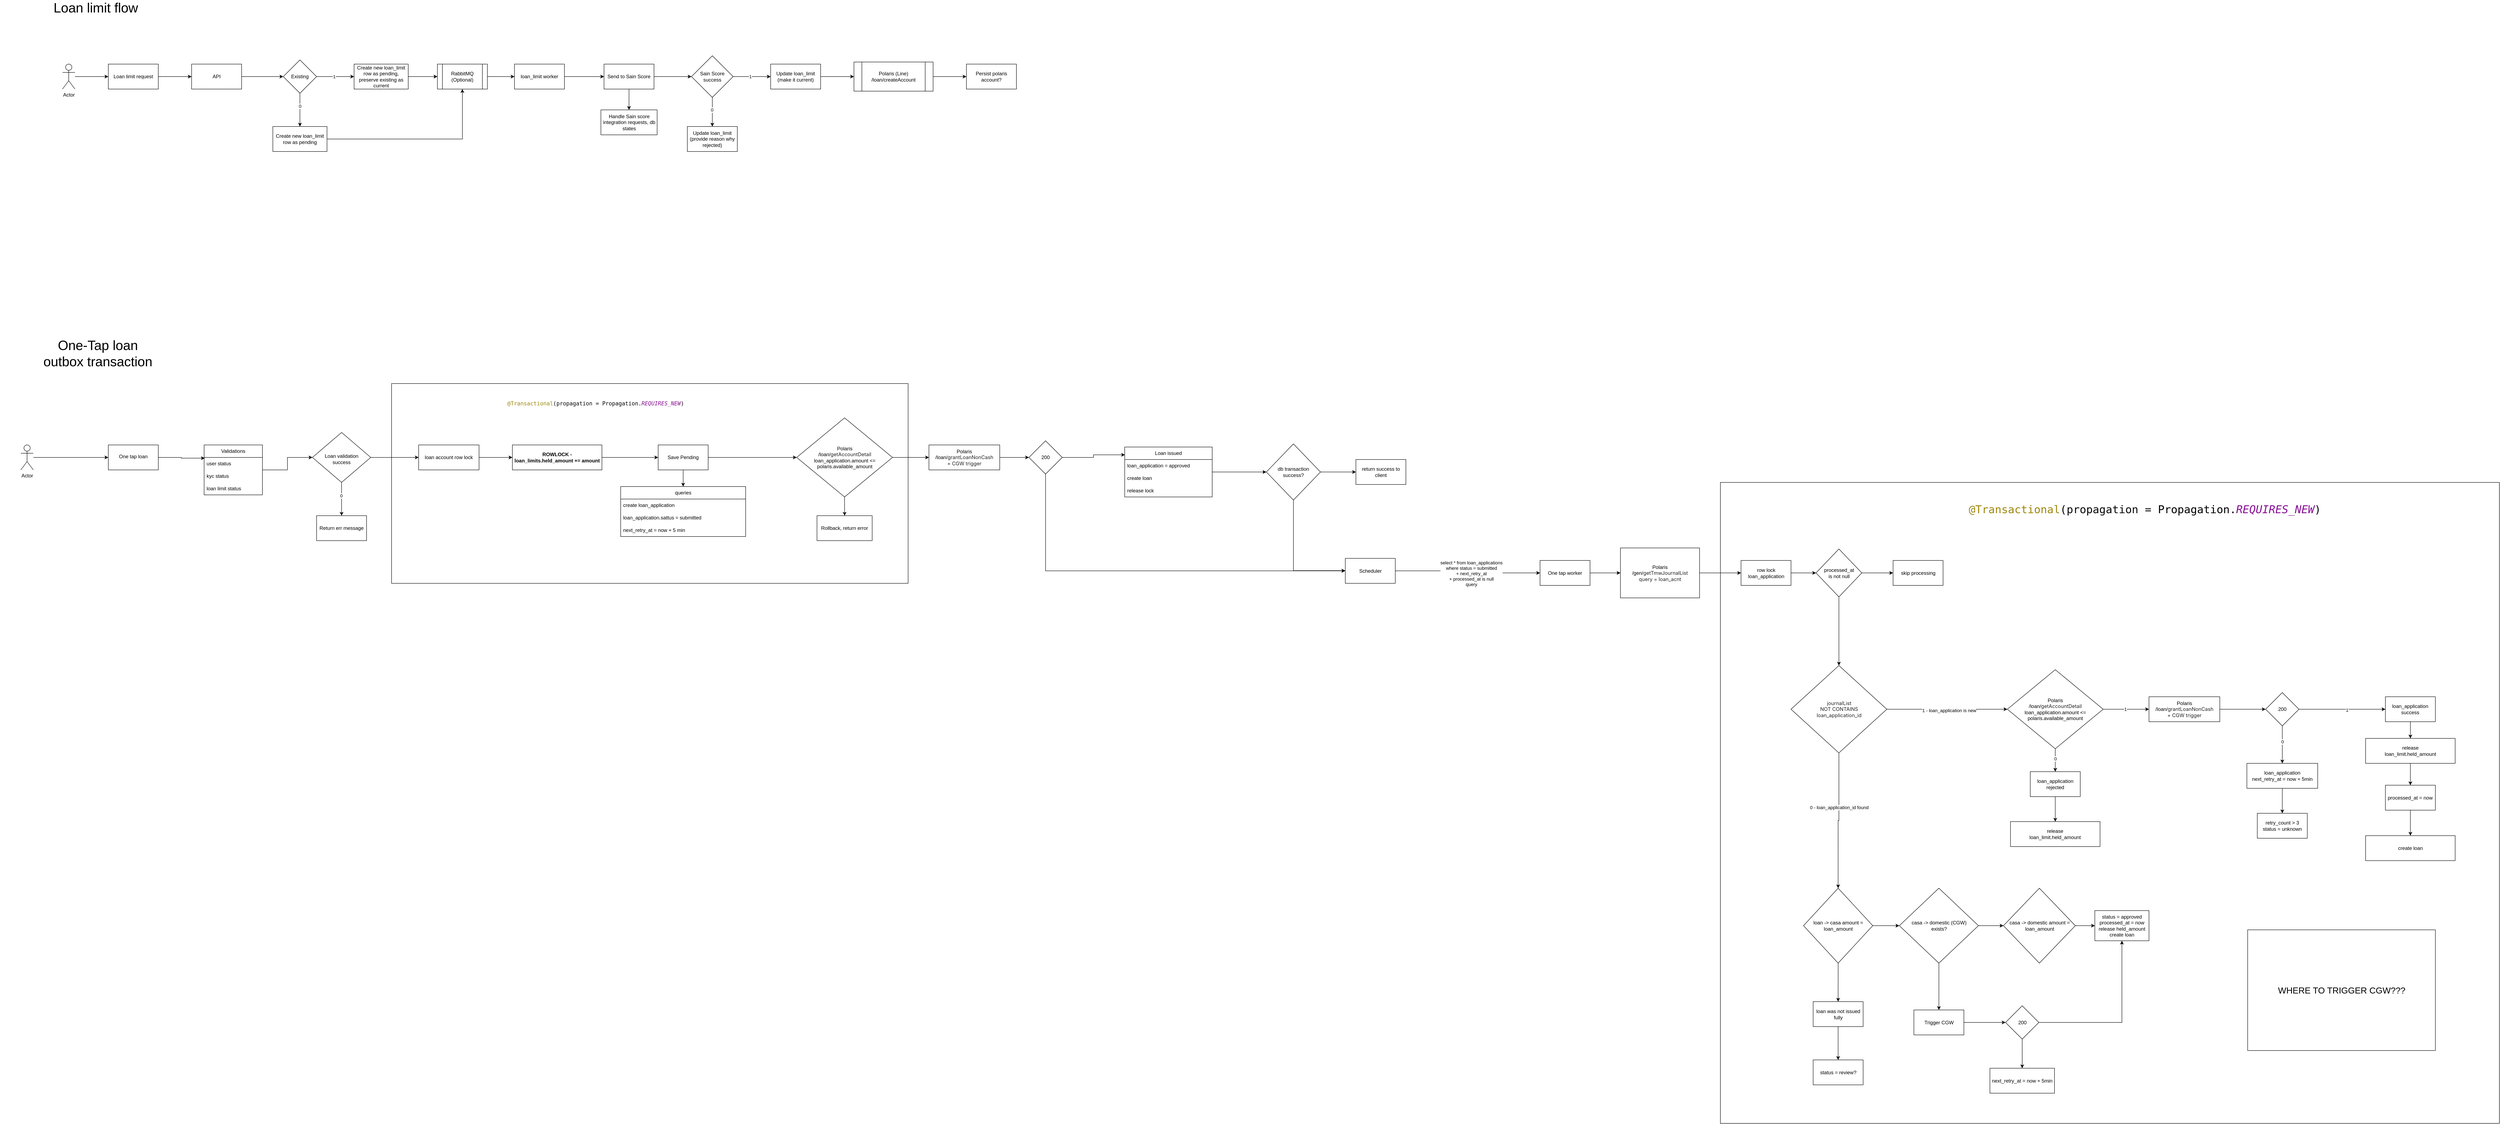
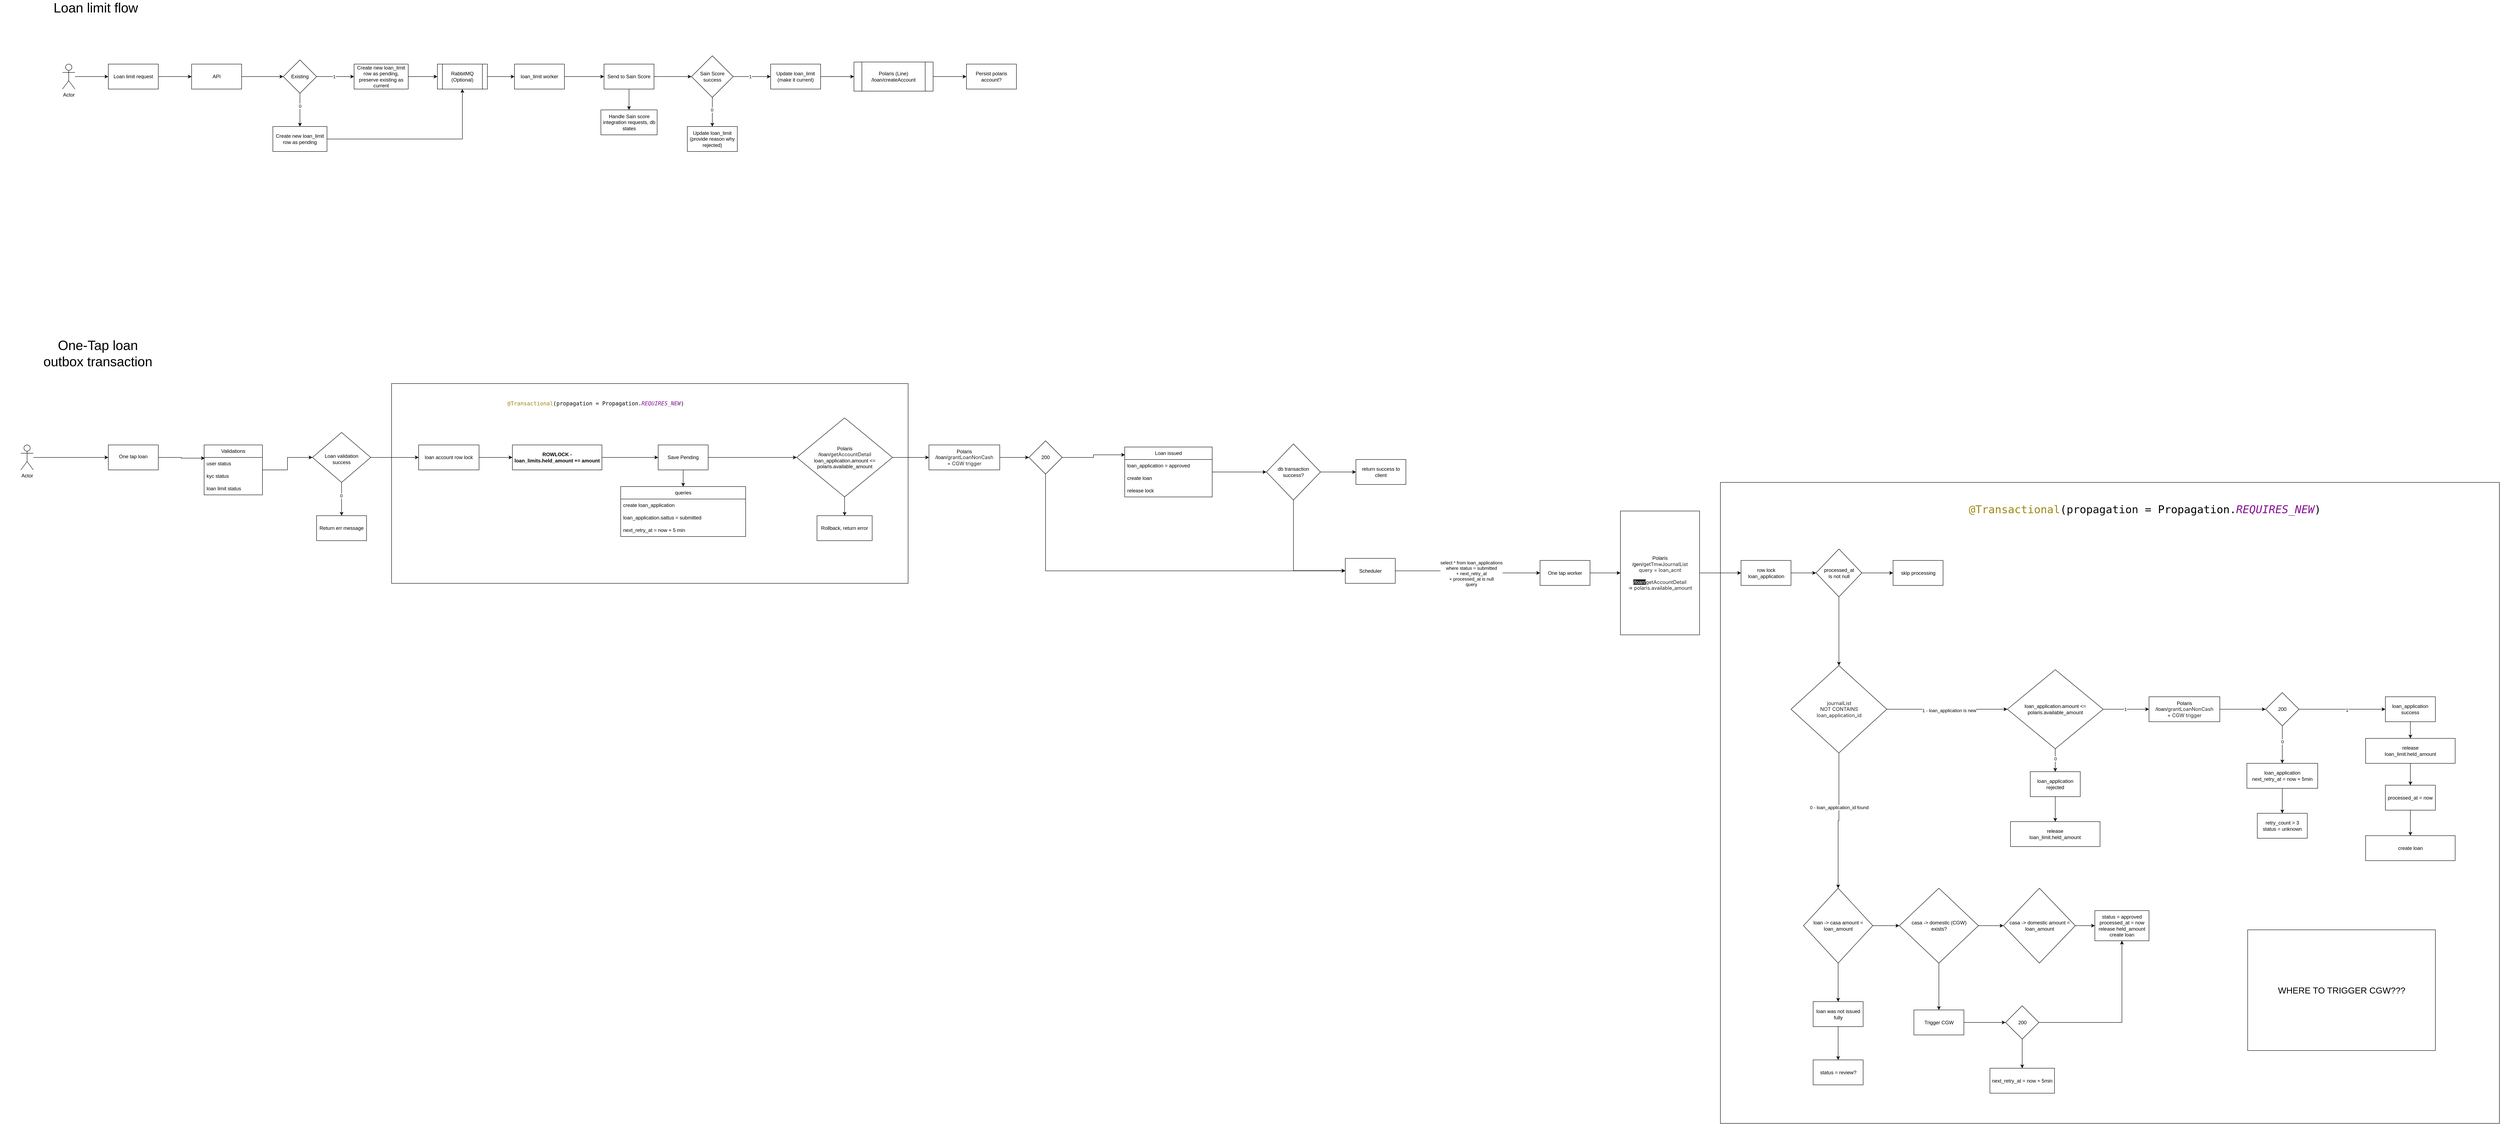
<mxfile host="app.diagrams.net">
  <diagram name="Page-1" id="VCBSuIh8bz7kurrQ0Zaz">
    <mxGraphModel dx="2425" dy="921" grid="1" gridSize="10" guides="1" tooltips="1" connect="1" arrows="1" fold="1" page="1" pageScale="1" pageWidth="850" pageHeight="1100" math="0" shadow="0">
      <root>
        <mxCell id="0" />
        <mxCell id="1" parent="0" />
        <mxCell id="In8fDh9ZLN2M87an2Miy-188" parent="1" style="rounded=0;whiteSpace=wrap;html=1;" value="" vertex="1">
          <mxGeometry height="1540" width="1870" x="4020" y="1215" as="geometry" />
        </mxCell>
        <mxCell id="In8fDh9ZLN2M87an2Miy-172" parent="1" style="rounded=0;whiteSpace=wrap;html=1;" value="" vertex="1">
          <mxGeometry height="480" width="1240" x="830" y="977.5" as="geometry" />
        </mxCell>
        <mxCell id="KqixbsF9o6dLofBvsG9t-5" edge="1" parent="1" source="KqixbsF9o6dLofBvsG9t-1" style="edgeStyle=orthogonalEdgeStyle;rounded=0;orthogonalLoop=1;jettySize=auto;html=1;" target="KqixbsF9o6dLofBvsG9t-4" value="">
          <mxGeometry relative="1" as="geometry" />
        </mxCell>
        <mxCell id="KqixbsF9o6dLofBvsG9t-1" parent="1" style="rounded=0;whiteSpace=wrap;html=1;" value="Loan limit request" vertex="1">
          <mxGeometry height="60" width="120" x="150" y="210" as="geometry" />
        </mxCell>
        <mxCell id="KqixbsF9o6dLofBvsG9t-3" edge="1" parent="1" source="KqixbsF9o6dLofBvsG9t-2" style="edgeStyle=orthogonalEdgeStyle;rounded=0;orthogonalLoop=1;jettySize=auto;html=1;" target="KqixbsF9o6dLofBvsG9t-1" value="">
          <mxGeometry relative="1" as="geometry" />
        </mxCell>
        <mxCell id="KqixbsF9o6dLofBvsG9t-2" parent="1" style="shape=umlActor;verticalLabelPosition=bottom;verticalAlign=top;html=1;outlineConnect=0;" value="Actor" vertex="1">
          <mxGeometry height="60" width="30" x="40" y="210" as="geometry" />
        </mxCell>
        <mxCell id="KqixbsF9o6dLofBvsG9t-9" edge="1" parent="1" source="KqixbsF9o6dLofBvsG9t-4" style="edgeStyle=orthogonalEdgeStyle;rounded=0;orthogonalLoop=1;jettySize=auto;html=1;" target="KqixbsF9o6dLofBvsG9t-8" value="">
          <mxGeometry relative="1" as="geometry" />
        </mxCell>
        <mxCell id="KqixbsF9o6dLofBvsG9t-4" parent="1" style="rounded=0;whiteSpace=wrap;html=1;" value="API" vertex="1">
          <mxGeometry height="60" width="120" x="350" y="210" as="geometry" />
        </mxCell>
        <mxCell id="KqixbsF9o6dLofBvsG9t-11" edge="1" parent="1" source="KqixbsF9o6dLofBvsG9t-8" style="edgeStyle=orthogonalEdgeStyle;rounded=0;orthogonalLoop=1;jettySize=auto;html=1;" target="KqixbsF9o6dLofBvsG9t-10" value="">
          <mxGeometry relative="1" as="geometry" />
        </mxCell>
        <mxCell id="KqixbsF9o6dLofBvsG9t-12" connectable="0" parent="KqixbsF9o6dLofBvsG9t-11" style="edgeLabel;html=1;align=center;verticalAlign=middle;resizable=0;points=[];" value="1" vertex="1">
          <mxGeometry relative="1" x="-0.079" as="geometry">
            <mxPoint as="offset" />
          </mxGeometry>
        </mxCell>
        <mxCell id="KqixbsF9o6dLofBvsG9t-14" edge="1" parent="1" source="KqixbsF9o6dLofBvsG9t-8" style="edgeStyle=orthogonalEdgeStyle;rounded=0;orthogonalLoop=1;jettySize=auto;html=1;" target="KqixbsF9o6dLofBvsG9t-13" value="">
          <mxGeometry relative="1" as="geometry" />
        </mxCell>
        <mxCell id="KqixbsF9o6dLofBvsG9t-15" connectable="0" parent="KqixbsF9o6dLofBvsG9t-14" style="edgeLabel;html=1;align=center;verticalAlign=middle;resizable=0;points=[];" value="0" vertex="1">
          <mxGeometry relative="1" x="-0.2407" as="geometry">
            <mxPoint as="offset" />
          </mxGeometry>
        </mxCell>
        <mxCell id="KqixbsF9o6dLofBvsG9t-8" parent="1" style="rhombus;whiteSpace=wrap;html=1;rounded=0;" value="Existing" vertex="1">
          <mxGeometry height="80" width="80" x="570" y="200" as="geometry" />
        </mxCell>
        <mxCell id="KqixbsF9o6dLofBvsG9t-23" edge="1" parent="1" source="KqixbsF9o6dLofBvsG9t-10" style="edgeStyle=orthogonalEdgeStyle;rounded=0;orthogonalLoop=1;jettySize=auto;html=1;" target="KqixbsF9o6dLofBvsG9t-22" value="">
          <mxGeometry relative="1" as="geometry" />
        </mxCell>
        <mxCell id="KqixbsF9o6dLofBvsG9t-10" parent="1" style="whiteSpace=wrap;html=1;rounded=0;" value="Create new loan_limit row as pending, preserve existing as current" vertex="1">
          <mxGeometry height="60" width="130" x="740" y="210" as="geometry" />
        </mxCell>
        <mxCell id="KqixbsF9o6dLofBvsG9t-26" edge="1" parent="1" source="KqixbsF9o6dLofBvsG9t-13" style="edgeStyle=orthogonalEdgeStyle;rounded=0;orthogonalLoop=1;jettySize=auto;html=1;entryX=0.5;entryY=1;entryDx=0;entryDy=0;" target="KqixbsF9o6dLofBvsG9t-22">
          <mxGeometry relative="1" as="geometry" />
        </mxCell>
        <mxCell id="KqixbsF9o6dLofBvsG9t-13" parent="1" style="whiteSpace=wrap;html=1;rounded=0;" value="Create new loan_limit row as pending" vertex="1">
          <mxGeometry height="60" width="130" x="545" y="360" as="geometry" />
        </mxCell>
        <mxCell id="KqixbsF9o6dLofBvsG9t-25" edge="1" parent="1" source="KqixbsF9o6dLofBvsG9t-22" style="edgeStyle=orthogonalEdgeStyle;rounded=0;orthogonalLoop=1;jettySize=auto;html=1;" target="KqixbsF9o6dLofBvsG9t-24" value="">
          <mxGeometry relative="1" as="geometry" />
        </mxCell>
        <mxCell id="KqixbsF9o6dLofBvsG9t-22" parent="1" style="shape=process;whiteSpace=wrap;html=1;backgroundOutline=1;rounded=0;" value="RabbitMQ (Optional)" vertex="1">
          <mxGeometry height="60" width="120" x="940" y="210" as="geometry" />
        </mxCell>
        <mxCell id="KqixbsF9o6dLofBvsG9t-28" edge="1" parent="1" source="KqixbsF9o6dLofBvsG9t-24" style="edgeStyle=orthogonalEdgeStyle;rounded=0;orthogonalLoop=1;jettySize=auto;html=1;" target="KqixbsF9o6dLofBvsG9t-27" value="">
          <mxGeometry relative="1" as="geometry" />
        </mxCell>
        <mxCell id="KqixbsF9o6dLofBvsG9t-24" parent="1" style="whiteSpace=wrap;html=1;rounded=0;" value="loan_limit worker" vertex="1">
          <mxGeometry height="60" width="120" x="1125" y="210" as="geometry" />
        </mxCell>
        <mxCell id="KqixbsF9o6dLofBvsG9t-30" edge="1" parent="1" source="KqixbsF9o6dLofBvsG9t-27" style="edgeStyle=orthogonalEdgeStyle;rounded=0;orthogonalLoop=1;jettySize=auto;html=1;" target="KqixbsF9o6dLofBvsG9t-29" value="">
          <mxGeometry relative="1" as="geometry" />
        </mxCell>
        <mxCell id="KqixbsF9o6dLofBvsG9t-38" edge="1" parent="1" source="KqixbsF9o6dLofBvsG9t-27" style="edgeStyle=orthogonalEdgeStyle;rounded=0;orthogonalLoop=1;jettySize=auto;html=1;" target="KqixbsF9o6dLofBvsG9t-37" value="">
          <mxGeometry relative="1" as="geometry" />
        </mxCell>
        <mxCell id="KqixbsF9o6dLofBvsG9t-27" parent="1" style="whiteSpace=wrap;html=1;rounded=0;" value="Send to Sain Score" vertex="1">
          <mxGeometry height="60" width="120" x="1340" y="210" as="geometry" />
        </mxCell>
        <mxCell id="KqixbsF9o6dLofBvsG9t-32" edge="1" parent="1" source="KqixbsF9o6dLofBvsG9t-29" style="edgeStyle=orthogonalEdgeStyle;rounded=0;orthogonalLoop=1;jettySize=auto;html=1;" target="KqixbsF9o6dLofBvsG9t-31" value="">
          <mxGeometry relative="1" as="geometry" />
        </mxCell>
        <mxCell id="KqixbsF9o6dLofBvsG9t-33" connectable="0" parent="KqixbsF9o6dLofBvsG9t-32" style="edgeLabel;html=1;align=center;verticalAlign=middle;resizable=0;points=[];" value="1" vertex="1">
          <mxGeometry relative="1" x="-0.1048" as="geometry">
            <mxPoint as="offset" />
          </mxGeometry>
        </mxCell>
        <mxCell id="KqixbsF9o6dLofBvsG9t-35" edge="1" parent="1" source="KqixbsF9o6dLofBvsG9t-29" style="edgeStyle=orthogonalEdgeStyle;rounded=0;orthogonalLoop=1;jettySize=auto;html=1;" target="KqixbsF9o6dLofBvsG9t-34" value="">
          <mxGeometry relative="1" as="geometry" />
        </mxCell>
        <mxCell id="KqixbsF9o6dLofBvsG9t-36" connectable="0" parent="KqixbsF9o6dLofBvsG9t-35" style="edgeLabel;html=1;align=center;verticalAlign=middle;resizable=0;points=[];" value="0" vertex="1">
          <mxGeometry relative="1" x="-0.1429" y="-1" as="geometry">
            <mxPoint as="offset" />
          </mxGeometry>
        </mxCell>
        <mxCell id="KqixbsF9o6dLofBvsG9t-29" parent="1" style="rhombus;whiteSpace=wrap;html=1;rounded=0;" value="Sain Score success" vertex="1">
          <mxGeometry height="100" width="100" x="1550" y="190" as="geometry" />
        </mxCell>
        <mxCell id="KqixbsF9o6dLofBvsG9t-66" edge="1" parent="1" source="KqixbsF9o6dLofBvsG9t-31" style="edgeStyle=orthogonalEdgeStyle;rounded=0;orthogonalLoop=1;jettySize=auto;html=1;" target="KqixbsF9o6dLofBvsG9t-65" value="">
          <mxGeometry relative="1" as="geometry" />
        </mxCell>
        <mxCell id="KqixbsF9o6dLofBvsG9t-31" parent="1" style="whiteSpace=wrap;html=1;rounded=0;" value="Update loan_limit (make it current)" vertex="1">
          <mxGeometry height="60" width="120" x="1740" y="210" as="geometry" />
        </mxCell>
        <mxCell id="KqixbsF9o6dLofBvsG9t-34" parent="1" style="whiteSpace=wrap;html=1;rounded=0;" value="Update loan_limit&lt;br&gt;(provide reason why rejected)" vertex="1">
          <mxGeometry height="60" width="120" x="1540" y="360" as="geometry" />
        </mxCell>
        <mxCell id="KqixbsF9o6dLofBvsG9t-37" parent="1" style="whiteSpace=wrap;html=1;rounded=0;" value="Handle Sain score integration requests, db states" vertex="1">
          <mxGeometry height="60" width="135" x="1332.5" y="320" as="geometry" />
        </mxCell>
        <mxCell id="KqixbsF9o6dLofBvsG9t-40" parent="1" style="text;html=1;whiteSpace=wrap;strokeColor=none;fillColor=none;align=center;verticalAlign=middle;rounded=0;fontSize=32;" value="Loan limit flow" vertex="1">
          <mxGeometry height="30" width="260" x="-10" y="60" as="geometry" />
        </mxCell>
        <mxCell id="KqixbsF9o6dLofBvsG9t-74" edge="1" parent="1" source="KqixbsF9o6dLofBvsG9t-65" style="edgeStyle=orthogonalEdgeStyle;rounded=0;orthogonalLoop=1;jettySize=auto;html=1;" target="KqixbsF9o6dLofBvsG9t-73" value="">
          <mxGeometry relative="1" as="geometry" />
        </mxCell>
        <mxCell id="KqixbsF9o6dLofBvsG9t-65" parent="1" style="shape=process;whiteSpace=wrap;html=1;backgroundOutline=1;rounded=0;" value="Polaris (Line)&lt;br&gt;/loan/createAccount" vertex="1">
          <mxGeometry height="70" width="190" x="1940" y="205" as="geometry" />
        </mxCell>
        <mxCell id="KqixbsF9o6dLofBvsG9t-73" parent="1" style="whiteSpace=wrap;html=1;rounded=0;" value="Persist polaris account?" vertex="1">
          <mxGeometry height="60" width="120" x="2210" y="210" as="geometry" />
        </mxCell>
        <mxCell id="U8Ajh8Gpa-m2DNKNFQys-1" parent="1" style="text;html=1;whiteSpace=wrap;strokeColor=none;fillColor=none;align=center;verticalAlign=middle;rounded=0;fontSize=32;" value="One-Tap loan&lt;br&gt;outbox transaction" vertex="1">
          <mxGeometry height="30" width="470" x="-110" y="890" as="geometry" />
        </mxCell>
        <mxCell id="In8fDh9ZLN2M87an2Miy-1" edge="1" parent="1" source="In8fDh9ZLN2M87an2Miy-2" style="edgeStyle=orthogonalEdgeStyle;rounded=0;orthogonalLoop=1;jettySize=auto;html=1;" target="In8fDh9ZLN2M87an2Miy-4" value="">
          <mxGeometry relative="1" as="geometry" />
        </mxCell>
        <mxCell id="In8fDh9ZLN2M87an2Miy-2" parent="1" style="shape=umlActor;verticalLabelPosition=bottom;verticalAlign=top;html=1;outlineConnect=0;" value="Actor" vertex="1">
          <mxGeometry height="60" width="30" x="-60" y="1125" as="geometry" />
        </mxCell>
        <mxCell id="In8fDh9ZLN2M87an2Miy-3" edge="1" parent="1" source="In8fDh9ZLN2M87an2Miy-4" style="edgeStyle=orthogonalEdgeStyle;rounded=0;orthogonalLoop=1;jettySize=auto;html=1;entryX=0.011;entryY=0.06;entryDx=0;entryDy=0;entryPerimeter=0;" target="In8fDh9ZLN2M87an2Miy-28" value="">
          <mxGeometry relative="1" as="geometry">
            <mxPoint x="360" y="1155" as="targetPoint" />
          </mxGeometry>
        </mxCell>
        <mxCell id="In8fDh9ZLN2M87an2Miy-4" parent="1" style="whiteSpace=wrap;html=1;verticalAlign=top;" value="&lt;div&gt;&lt;br&gt;&lt;/div&gt;&lt;div&gt;One tap loan&lt;/div&gt;" vertex="1">
          <mxGeometry height="60" width="120" x="150" y="1125" as="geometry" />
        </mxCell>
        <mxCell id="In8fDh9ZLN2M87an2Miy-7" edge="1" parent="1" source="In8fDh9ZLN2M87an2Miy-9" style="edgeStyle=orthogonalEdgeStyle;rounded=0;orthogonalLoop=1;jettySize=auto;html=1;" target="In8fDh9ZLN2M87an2Miy-13" value="">
          <mxGeometry relative="1" as="geometry" />
        </mxCell>
        <mxCell id="In8fDh9ZLN2M87an2Miy-8" connectable="0" parent="In8fDh9ZLN2M87an2Miy-7" style="edgeLabel;html=1;align=center;verticalAlign=middle;resizable=0;points=[];" value="0" vertex="1">
          <mxGeometry relative="1" x="-0.2091" y="-1" as="geometry">
            <mxPoint as="offset" />
          </mxGeometry>
        </mxCell>
        <mxCell id="In8fDh9ZLN2M87an2Miy-163" edge="1" parent="1" source="In8fDh9ZLN2M87an2Miy-9" style="edgeStyle=orthogonalEdgeStyle;rounded=0;orthogonalLoop=1;jettySize=auto;html=1;entryX=0;entryY=0.5;entryDx=0;entryDy=0;" target="In8fDh9ZLN2M87an2Miy-161">
          <mxGeometry relative="1" as="geometry" />
        </mxCell>
        <mxCell id="In8fDh9ZLN2M87an2Miy-9" parent="1" style="rhombus;whiteSpace=wrap;html=1;verticalAlign=top;" value="&lt;br&gt;&lt;br&gt;&lt;div&gt;&lt;br&gt;&lt;/div&gt;&lt;div&gt;Loan validation&lt;br&gt;success&lt;/div&gt;" vertex="1">
          <mxGeometry height="120" width="140" x="640" y="1095" as="geometry" />
        </mxCell>
        <mxCell id="In8fDh9ZLN2M87an2Miy-10" edge="1" parent="1" source="In8fDh9ZLN2M87an2Miy-12" style="edgeStyle=orthogonalEdgeStyle;rounded=0;orthogonalLoop=1;jettySize=auto;html=1;entryX=0.5;entryY=0;entryDx=0;entryDy=0;" target="In8fDh9ZLN2M87an2Miy-14">
          <mxGeometry relative="1" as="geometry" />
        </mxCell>
        <mxCell id="In8fDh9ZLN2M87an2Miy-54" edge="1" parent="1" source="In8fDh9ZLN2M87an2Miy-105" style="edgeStyle=orthogonalEdgeStyle;rounded=0;orthogonalLoop=1;jettySize=auto;html=1;exitX=1;exitY=0.5;exitDx=0;exitDy=0;" target="In8fDh9ZLN2M87an2Miy-53" value="">
          <mxGeometry relative="1" as="geometry">
            <mxPoint x="3329.5" y="1432.5" as="sourcePoint" />
          </mxGeometry>
        </mxCell>
        <mxCell id="In8fDh9ZLN2M87an2Miy-55" connectable="0" parent="In8fDh9ZLN2M87an2Miy-54" style="edgeLabel;html=1;align=center;verticalAlign=middle;resizable=0;points=[];" value="select * from loan_applications&lt;br&gt;where status = submitted&lt;br&gt;+ next_retry_at&lt;br&gt;+ processed_at is null&lt;br&gt;query" vertex="1">
          <mxGeometry relative="1" x="0.0637" y="-1" as="geometry">
            <mxPoint as="offset" />
          </mxGeometry>
        </mxCell>
        <mxCell id="In8fDh9ZLN2M87an2Miy-173" edge="1" parent="1" source="In8fDh9ZLN2M87an2Miy-12" style="edgeStyle=orthogonalEdgeStyle;rounded=0;orthogonalLoop=1;jettySize=auto;html=1;entryX=0;entryY=0.5;entryDx=0;entryDy=0;" target="In8fDh9ZLN2M87an2Miy-152">
          <mxGeometry relative="1" as="geometry" />
        </mxCell>
        <mxCell id="In8fDh9ZLN2M87an2Miy-12" parent="1" style="whiteSpace=wrap;html=1;verticalAlign=middle;" value="Save Pending" vertex="1">
          <mxGeometry height="60" width="120" x="1470" y="1125" as="geometry" />
        </mxCell>
        <mxCell id="In8fDh9ZLN2M87an2Miy-13" parent="1" style="whiteSpace=wrap;html=1;verticalAlign=middle;" value="Return err message" vertex="1">
          <mxGeometry height="60" width="120" x="650" y="1295" as="geometry" />
        </mxCell>
        <mxCell id="In8fDh9ZLN2M87an2Miy-14" parent="1" style="swimlane;fontStyle=0;childLayout=stackLayout;horizontal=1;startSize=30;horizontalStack=0;resizeParent=1;resizeParentMax=0;resizeLast=0;collapsible=1;marginBottom=0;whiteSpace=wrap;html=1;" value="queries" vertex="1">
          <mxGeometry height="120" width="300" x="1380" y="1225" as="geometry" />
        </mxCell>
        <mxCell id="In8fDh9ZLN2M87an2Miy-15" parent="In8fDh9ZLN2M87an2Miy-14" style="text;strokeColor=none;fillColor=none;align=left;verticalAlign=middle;spacingLeft=4;spacingRight=4;overflow=hidden;points=[[0,0.5],[1,0.5]];portConstraint=eastwest;rotatable=0;whiteSpace=wrap;html=1;" value="create loan_application" vertex="1">
          <mxGeometry height="30" width="300" y="30" as="geometry" />
        </mxCell>
        <mxCell id="In8fDh9ZLN2M87an2Miy-104" parent="In8fDh9ZLN2M87an2Miy-14" style="text;strokeColor=none;fillColor=none;align=left;verticalAlign=middle;spacingLeft=4;spacingRight=4;overflow=hidden;points=[[0,0.5],[1,0.5]];portConstraint=eastwest;rotatable=0;whiteSpace=wrap;html=1;" value="loan_application.sattus = submitted" vertex="1">
          <mxGeometry height="30" width="300" y="60" as="geometry" />
        </mxCell>
        <mxCell id="In8fDh9ZLN2M87an2Miy-17" parent="In8fDh9ZLN2M87an2Miy-14" style="text;strokeColor=none;fillColor=none;align=left;verticalAlign=middle;spacingLeft=4;spacingRight=4;overflow=hidden;points=[[0,0.5],[1,0.5]];portConstraint=eastwest;rotatable=0;whiteSpace=wrap;html=1;" value="next_retry_at = now + 5 min" vertex="1">
          <mxGeometry height="30" width="300" y="90" as="geometry" />
        </mxCell>
        <mxCell id="In8fDh9ZLN2M87an2Miy-32" edge="1" parent="1" source="In8fDh9ZLN2M87an2Miy-27" style="edgeStyle=orthogonalEdgeStyle;rounded=0;orthogonalLoop=1;jettySize=auto;html=1;entryX=0;entryY=0.5;entryDx=0;entryDy=0;" target="In8fDh9ZLN2M87an2Miy-9">
          <mxGeometry relative="1" as="geometry" />
        </mxCell>
        <mxCell id="In8fDh9ZLN2M87an2Miy-27" parent="1" style="swimlane;fontStyle=0;childLayout=stackLayout;horizontal=1;startSize=30;horizontalStack=0;resizeParent=1;resizeParentMax=0;resizeLast=0;collapsible=1;marginBottom=0;whiteSpace=wrap;html=1;" value="Validations" vertex="1">
          <mxGeometry height="120" width="140" x="380" y="1125" as="geometry" />
        </mxCell>
        <mxCell id="In8fDh9ZLN2M87an2Miy-28" parent="In8fDh9ZLN2M87an2Miy-27" style="text;strokeColor=none;fillColor=none;align=left;verticalAlign=middle;spacingLeft=4;spacingRight=4;overflow=hidden;points=[[0,0.5],[1,0.5]];portConstraint=eastwest;rotatable=0;whiteSpace=wrap;html=1;" value="user status" vertex="1">
          <mxGeometry height="30" width="140" y="30" as="geometry" />
        </mxCell>
        <mxCell id="In8fDh9ZLN2M87an2Miy-29" parent="In8fDh9ZLN2M87an2Miy-27" style="text;strokeColor=none;fillColor=none;align=left;verticalAlign=middle;spacingLeft=4;spacingRight=4;overflow=hidden;points=[[0,0.5],[1,0.5]];portConstraint=eastwest;rotatable=0;whiteSpace=wrap;html=1;" value="kyc status" vertex="1">
          <mxGeometry height="30" width="140" y="60" as="geometry" />
        </mxCell>
        <mxCell id="In8fDh9ZLN2M87an2Miy-33" parent="In8fDh9ZLN2M87an2Miy-27" style="text;strokeColor=none;fillColor=none;align=left;verticalAlign=middle;spacingLeft=4;spacingRight=4;overflow=hidden;points=[[0,0.5],[1,0.5]];portConstraint=eastwest;rotatable=0;whiteSpace=wrap;html=1;" value="loan limit status" vertex="1">
          <mxGeometry height="30" width="140" y="90" as="geometry" />
        </mxCell>
        <mxCell id="In8fDh9ZLN2M87an2Miy-116" edge="1" parent="1" source="In8fDh9ZLN2M87an2Miy-53" style="edgeStyle=orthogonalEdgeStyle;rounded=0;orthogonalLoop=1;jettySize=auto;html=1;entryX=0;entryY=0.5;entryDx=0;entryDy=0;" target="In8fDh9ZLN2M87an2Miy-68">
          <mxGeometry relative="1" as="geometry" />
        </mxCell>
        <mxCell id="In8fDh9ZLN2M87an2Miy-53" parent="1" style="whiteSpace=wrap;html=1;" value="One tap worker" vertex="1">
          <mxGeometry height="60" width="120" x="3587" y="1402.5" as="geometry" />
        </mxCell>
        <mxCell id="In8fDh9ZLN2M87an2Miy-67" edge="1" parent="1" source="In8fDh9ZLN2M87an2Miy-58" style="edgeStyle=orthogonalEdgeStyle;rounded=0;orthogonalLoop=1;jettySize=auto;html=1;entryX=0;entryY=0.5;entryDx=0;entryDy=0;" target="In8fDh9ZLN2M87an2Miy-66" value="">
          <mxGeometry relative="1" as="geometry">
            <mxPoint x="5343.87" y="1760" as="targetPoint" />
          </mxGeometry>
        </mxCell>
        <mxCell id="In8fDh9ZLN2M87an2Miy-58" parent="1" style="whiteSpace=wrap;html=1;" value="Polaris /loan/&lt;span style=&quot;color: rgb(33, 33, 33); font-family: Inter, system-ui, -apple-system, &amp;quot;system-ui&amp;quot;, &amp;quot;Segoe UI&amp;quot;, Roboto, Oxygen, Ubuntu, Cantarell, &amp;quot;Fira Sans&amp;quot;, &amp;quot;Droid Sans&amp;quot;, Helvetica, Arial, sans-serif; text-align: left; white-space: pre-wrap; background-color: rgb(255, 255, 255);&quot;&gt;grantLoanNonCash&lt;br/&gt;+ CGW trigger&lt;/span&gt;" vertex="1">
          <mxGeometry height="60" width="170" x="5048.87" y="1730" as="geometry" />
        </mxCell>
        <mxCell id="In8fDh9ZLN2M87an2Miy-62" edge="1" parent="1" source="In8fDh9ZLN2M87an2Miy-59" style="edgeStyle=orthogonalEdgeStyle;rounded=0;orthogonalLoop=1;jettySize=auto;html=1;" target="In8fDh9ZLN2M87an2Miy-61" value="">
          <mxGeometry relative="1" as="geometry" />
        </mxCell>
        <mxCell id="In8fDh9ZLN2M87an2Miy-91" connectable="0" parent="In8fDh9ZLN2M87an2Miy-62" style="edgeLabel;html=1;align=center;verticalAlign=middle;resizable=0;points=[];" value="0" vertex="1">
          <mxGeometry relative="1" x="-0.1431" as="geometry">
            <mxPoint as="offset" />
          </mxGeometry>
        </mxCell>
        <mxCell id="In8fDh9ZLN2M87an2Miy-65" edge="1" parent="1" source="In8fDh9ZLN2M87an2Miy-59" style="edgeStyle=orthogonalEdgeStyle;rounded=0;orthogonalLoop=1;jettySize=auto;html=1;" target="In8fDh9ZLN2M87an2Miy-58">
          <mxGeometry relative="1" as="geometry" />
        </mxCell>
        <mxCell id="In8fDh9ZLN2M87an2Miy-90" connectable="0" parent="In8fDh9ZLN2M87an2Miy-65" style="edgeLabel;html=1;align=center;verticalAlign=middle;resizable=0;points=[];" value="1" vertex="1">
          <mxGeometry relative="1" x="-0.0451" as="geometry">
            <mxPoint as="offset" />
          </mxGeometry>
        </mxCell>
-         <mxCell id="In8fDh9ZLN2M87an2Miy-59" parent="1" style="rhombus;whiteSpace=wrap;html=1;" value="Polaris&lt;br&gt;/loan/&lt;span style=&quot;color: rgb(33, 33, 33); font-family: Inter, system-ui, -apple-system, &amp;quot;system-ui&amp;quot;, &amp;quot;Segoe UI&amp;quot;, Roboto, Oxygen, Ubuntu, Cantarell, &amp;quot;Fira Sans&amp;quot;, &amp;quot;Droid Sans&amp;quot;, Helvetica, Arial, sans-serif; text-align: left; white-space: pre-wrap; background-color: rgb(255, 255, 255);&quot;&gt;getAccountDetail&lt;/span&gt;&lt;br&gt;loan_application.amount &amp;lt;= polaris.available_amount" vertex="1">
+         <mxCell id="In8fDh9ZLN2M87an2Miy-59" parent="1" style="rhombus;whiteSpace=wrap;html=1;" value="loan_application.amount &amp;lt;= polaris.available_amount" vertex="1">
          <mxGeometry height="190" width="230" x="4708.87" y="1665" as="geometry" />
        </mxCell>
        <mxCell id="In8fDh9ZLN2M87an2Miy-64" edge="1" parent="1" source="In8fDh9ZLN2M87an2Miy-61" style="edgeStyle=orthogonalEdgeStyle;rounded=0;orthogonalLoop=1;jettySize=auto;html=1;" target="In8fDh9ZLN2M87an2Miy-63" value="">
          <mxGeometry relative="1" as="geometry" />
        </mxCell>
        <mxCell id="In8fDh9ZLN2M87an2Miy-61" parent="1" style="whiteSpace=wrap;html=1;" value="loan_application&lt;br&gt;rejected" vertex="1">
          <mxGeometry height="60" width="120" x="4763.87" y="1910" as="geometry" />
        </mxCell>
        <mxCell id="In8fDh9ZLN2M87an2Miy-63" parent="1" style="whiteSpace=wrap;html=1;" value="release &lt;br&gt;loan_limit.held_amount" vertex="1">
          <mxGeometry height="60" width="215" x="4716.37" y="2030" as="geometry" />
        </mxCell>
        <mxCell id="In8fDh9ZLN2M87an2Miy-81" edge="1" parent="1" source="In8fDh9ZLN2M87an2Miy-66" style="edgeStyle=orthogonalEdgeStyle;rounded=0;orthogonalLoop=1;jettySize=auto;html=1;entryX=0;entryY=0.5;entryDx=0;entryDy=0;" target="In8fDh9ZLN2M87an2Miy-79">
          <mxGeometry relative="1" as="geometry" />
        </mxCell>
        <mxCell id="In8fDh9ZLN2M87an2Miy-92" connectable="0" parent="In8fDh9ZLN2M87an2Miy-81" style="edgeLabel;html=1;align=center;verticalAlign=middle;resizable=0;points=[];" value="1" vertex="1">
          <mxGeometry relative="1" x="0.1055" y="-2" as="geometry">
            <mxPoint as="offset" />
          </mxGeometry>
        </mxCell>
        <mxCell id="In8fDh9ZLN2M87an2Miy-83" edge="1" parent="1" source="In8fDh9ZLN2M87an2Miy-66" style="edgeStyle=orthogonalEdgeStyle;rounded=0;orthogonalLoop=1;jettySize=auto;html=1;" target="In8fDh9ZLN2M87an2Miy-82" value="">
          <mxGeometry relative="1" as="geometry" />
        </mxCell>
        <mxCell id="In8fDh9ZLN2M87an2Miy-93" connectable="0" parent="In8fDh9ZLN2M87an2Miy-83" style="edgeLabel;html=1;align=center;verticalAlign=middle;resizable=0;points=[];" value="0" vertex="1">
          <mxGeometry relative="1" x="-0.1623" as="geometry">
            <mxPoint as="offset" />
          </mxGeometry>
        </mxCell>
        <mxCell id="In8fDh9ZLN2M87an2Miy-66" parent="1" style="rhombus;whiteSpace=wrap;html=1;" value="200" vertex="1">
          <mxGeometry height="80" width="80" x="5328.87" y="1720" as="geometry" />
        </mxCell>
        <mxCell id="In8fDh9ZLN2M87an2Miy-119" edge="1" parent="1" source="In8fDh9ZLN2M87an2Miy-68" style="edgeStyle=orthogonalEdgeStyle;rounded=0;orthogonalLoop=1;jettySize=auto;html=1;" target="In8fDh9ZLN2M87an2Miy-118" value="">
          <mxGeometry relative="1" as="geometry" />
        </mxCell>
-         <mxCell id="In8fDh9ZLN2M87an2Miy-68" parent="1" style="whiteSpace=wrap;html=1;" value="Polaris&lt;br&gt;/gen/&lt;span style=&quot;white-space: pre-wrap; color: rgb(33, 33, 33); font-family: Inter, system-ui, -apple-system, &amp;quot;system-ui&amp;quot;, &amp;quot;Segoe UI&amp;quot;, Roboto, Oxygen, Ubuntu, Cantarell, &amp;quot;Fira Sans&amp;quot;, &amp;quot;Droid Sans&amp;quot;, Helvetica, Arial, sans-serif; text-align: left; background-color: rgb(255, 255, 255);&quot;&gt;getTmwJournalList&lt;br&gt;query = loan_acnt&lt;/span&gt;" vertex="1">
-           <mxGeometry height="120" width="190" x="3780" y="1372.5" as="geometry" />
+         <mxCell id="In8fDh9ZLN2M87an2Miy-68" parent="1" style="whiteSpace=wrap;html=1;" value="Polaris&lt;br&gt;/gen/&lt;span style=&quot;white-space: pre-wrap; color: rgb(33, 33, 33); font-family: Inter, system-ui, -apple-system, &amp;quot;system-ui&amp;quot;, &amp;quot;Segoe UI&amp;quot;, Roboto, Oxygen, Ubuntu, Cantarell, &amp;quot;Fira Sans&amp;quot;, &amp;quot;Droid Sans&amp;quot;, Helvetica, Arial, sans-serif; text-align: left; background-color: rgb(255, 255, 255);&quot;&gt;getTmwJournalList&lt;br&gt;query = loan_acnt&lt;br/&gt;&lt;br/&gt;&lt;span style=&quot;color: rgb(255, 255, 255); font-family: Helvetica; text-align: center; white-space: normal; background-color: rgb(27, 29, 30);&quot;&gt;/loan/&lt;/span&gt;&lt;span style=&quot;color: rgb(33, 33, 33); background-color: rgb(255, 255, 255);&quot;&gt;getAccountDetail&lt;br/&gt;-&amp;gt; polaris.available_amount&lt;/span&gt;&lt;/span&gt;" vertex="1">
+           <mxGeometry height="297.5" width="190" x="3780" y="1283.75" as="geometry" />
        </mxCell>
        <mxCell id="In8fDh9ZLN2M87an2Miy-71" edge="1" parent="1" source="In8fDh9ZLN2M87an2Miy-69" style="edgeStyle=orthogonalEdgeStyle;rounded=0;orthogonalLoop=1;jettySize=auto;html=1;entryX=0;entryY=0.5;entryDx=0;entryDy=0;" target="In8fDh9ZLN2M87an2Miy-59">
          <mxGeometry relative="1" as="geometry" />
        </mxCell>
        <mxCell id="In8fDh9ZLN2M87an2Miy-77" connectable="0" parent="In8fDh9ZLN2M87an2Miy-71" style="edgeLabel;html=1;align=center;verticalAlign=middle;resizable=0;points=[];" value="1 - loan_application is new" vertex="1">
          <mxGeometry relative="1" x="0.0312" y="-3" as="geometry">
            <mxPoint as="offset" />
          </mxGeometry>
        </mxCell>
        <mxCell id="In8fDh9ZLN2M87an2Miy-73" edge="1" parent="1" source="In8fDh9ZLN2M87an2Miy-69" style="edgeStyle=orthogonalEdgeStyle;rounded=0;orthogonalLoop=1;jettySize=auto;html=1;entryX=0.5;entryY=0;entryDx=0;entryDy=0;" target="In8fDh9ZLN2M87an2Miy-111" value="">
          <mxGeometry relative="1" as="geometry">
            <mxPoint x="4303.87" y="1960" as="targetPoint" />
          </mxGeometry>
        </mxCell>
        <mxCell id="In8fDh9ZLN2M87an2Miy-74" connectable="0" parent="In8fDh9ZLN2M87an2Miy-73" style="edgeLabel;html=1;align=center;verticalAlign=middle;resizable=0;points=[];" value="0 - loan_application_id found" vertex="1">
          <mxGeometry relative="1" x="-0.1975" as="geometry">
            <mxPoint as="offset" />
          </mxGeometry>
        </mxCell>
        <mxCell id="In8fDh9ZLN2M87an2Miy-69" parent="1" style="rhombus;whiteSpace=wrap;html=1;verticalAlign=middle;" value="&lt;div style=&quot;text-align: center;&quot;&gt;&lt;span style=&quot;background-color: light-dark(rgb(255, 255, 255), rgb(18, 18, 18)); color: light-dark(rgb(33, 33, 33), rgb(209, 209, 209)); font-family: Inter, system-ui, -apple-system, &amp;quot;system-ui&amp;quot;, &amp;quot;Segoe UI&amp;quot;, Roboto, Oxygen, Ubuntu, Cantarell, &amp;quot;Fira Sans&amp;quot;, &amp;quot;Droid Sans&amp;quot;, Helvetica, Arial, sans-serif; text-align: left; white-space: pre-wrap;&quot;&gt;journalList&lt;br&gt;NOT CONTAINS&lt;/span&gt;&lt;/div&gt;&lt;span style=&quot;white-space: pre-wrap; color: rgb(33, 33, 33); font-family: Inter, system-ui, -apple-system, &amp;quot;system-ui&amp;quot;, &amp;quot;Segoe UI&amp;quot;, Roboto, Oxygen, Ubuntu, Cantarell, &amp;quot;Fira Sans&amp;quot;, &amp;quot;Droid Sans&amp;quot;, Helvetica, Arial, sans-serif; text-align: left; background-color: rgb(255, 255, 255);&quot;&gt;loan_application_id&lt;/span&gt;" vertex="1">
          <mxGeometry height="210" width="230" x="4189.5" y="1655" as="geometry" />
        </mxCell>
        <mxCell id="In8fDh9ZLN2M87an2Miy-78" edge="1" parent="1" source="In8fDh9ZLN2M87an2Miy-79" style="edgeStyle=orthogonalEdgeStyle;rounded=0;orthogonalLoop=1;jettySize=auto;html=1;" target="In8fDh9ZLN2M87an2Miy-80" value="">
          <mxGeometry relative="1" as="geometry" />
        </mxCell>
        <mxCell id="In8fDh9ZLN2M87an2Miy-79" parent="1" style="whiteSpace=wrap;html=1;" value="loan_application&lt;br&gt;success" vertex="1">
          <mxGeometry height="60" width="120" x="5616.37" y="1730" as="geometry" />
        </mxCell>
        <mxCell id="In8fDh9ZLN2M87an2Miy-132" edge="1" parent="1" source="In8fDh9ZLN2M87an2Miy-80" style="edgeStyle=orthogonalEdgeStyle;rounded=0;orthogonalLoop=1;jettySize=auto;html=1;" target="In8fDh9ZLN2M87an2Miy-131" value="">
          <mxGeometry relative="1" as="geometry" />
        </mxCell>
        <mxCell id="In8fDh9ZLN2M87an2Miy-80" parent="1" style="whiteSpace=wrap;html=1;" value="release &lt;br&gt;loan_limit.held_amount" vertex="1">
          <mxGeometry height="60" width="215" x="5568.87" y="1830" as="geometry" />
        </mxCell>
        <mxCell id="In8fDh9ZLN2M87an2Miy-95" edge="1" parent="1" source="In8fDh9ZLN2M87an2Miy-82" style="edgeStyle=orthogonalEdgeStyle;rounded=0;orthogonalLoop=1;jettySize=auto;html=1;" target="In8fDh9ZLN2M87an2Miy-94" value="">
          <mxGeometry relative="1" as="geometry" />
        </mxCell>
        <mxCell id="In8fDh9ZLN2M87an2Miy-82" parent="1" style="whiteSpace=wrap;html=1;" value="loan_application&lt;br&gt;next_retry_at = now + 5min" vertex="1">
          <mxGeometry height="60" width="170" x="5283.87" y="1890" as="geometry" />
        </mxCell>
        <mxCell id="In8fDh9ZLN2M87an2Miy-88" parent="1" style="whiteSpace=wrap;html=1;" value="create loan" vertex="1">
          <mxGeometry height="60" width="215" x="5568.87" y="2063.75" as="geometry" />
        </mxCell>
        <mxCell id="In8fDh9ZLN2M87an2Miy-94" parent="1" style="whiteSpace=wrap;html=1;" value="retry_count &amp;gt; 3&lt;br&gt;status = unknown" vertex="1">
          <mxGeometry height="60" width="120" x="5308.87" y="2010" as="geometry" />
        </mxCell>
        <mxCell id="In8fDh9ZLN2M87an2Miy-105" parent="1" style="rounded=0;whiteSpace=wrap;html=1;" value="Scheduler" vertex="1">
          <mxGeometry height="60" width="120" x="3119.5" y="1397.5" as="geometry" />
        </mxCell>
        <mxCell id="In8fDh9ZLN2M87an2Miy-127" edge="1" parent="1" source="In8fDh9ZLN2M87an2Miy-111" style="edgeStyle=orthogonalEdgeStyle;rounded=0;orthogonalLoop=1;jettySize=auto;html=1;" target="In8fDh9ZLN2M87an2Miy-126" value="">
          <mxGeometry relative="1" as="geometry" />
        </mxCell>
        <mxCell id="In8fDh9ZLN2M87an2Miy-135" edge="1" parent="1" source="In8fDh9ZLN2M87an2Miy-111" style="edgeStyle=orthogonalEdgeStyle;rounded=0;orthogonalLoop=1;jettySize=auto;html=1;entryX=0;entryY=0.5;entryDx=0;entryDy=0;" target="In8fDh9ZLN2M87an2Miy-134">
          <mxGeometry relative="1" as="geometry" />
        </mxCell>
        <mxCell id="In8fDh9ZLN2M87an2Miy-111" parent="1" style="rhombus;whiteSpace=wrap;html=1;" value="loan -&amp;gt; casa amount = loan_amount" vertex="1">
          <mxGeometry height="180" width="166.25" x="4219.5" y="2190" as="geometry" />
        </mxCell>
        <mxCell id="In8fDh9ZLN2M87an2Miy-113" parent="1" style="whiteSpace=wrap;html=1;" value="status = approved&lt;br&gt;processed_at = now&lt;br&gt;release held_amount&lt;br&gt;create loan" vertex="1">
          <mxGeometry height="72.5" width="130" x="4918.87" y="2243.75" as="geometry" />
        </mxCell>
        <mxCell id="In8fDh9ZLN2M87an2Miy-122" edge="1" parent="1" source="In8fDh9ZLN2M87an2Miy-118" style="edgeStyle=orthogonalEdgeStyle;rounded=0;orthogonalLoop=1;jettySize=auto;html=1;" target="In8fDh9ZLN2M87an2Miy-121" value="">
          <mxGeometry relative="1" as="geometry" />
        </mxCell>
        <mxCell id="In8fDh9ZLN2M87an2Miy-118" parent="1" style="whiteSpace=wrap;html=1;" value="row lock&lt;br&gt;loan_application" vertex="1">
          <mxGeometry height="60" width="120" x="4069.5" y="1402.5" as="geometry" />
        </mxCell>
        <mxCell id="In8fDh9ZLN2M87an2Miy-124" edge="1" parent="1" source="In8fDh9ZLN2M87an2Miy-121" style="edgeStyle=orthogonalEdgeStyle;rounded=0;orthogonalLoop=1;jettySize=auto;html=1;" target="In8fDh9ZLN2M87an2Miy-123" value="">
          <mxGeometry relative="1" as="geometry" />
        </mxCell>
        <mxCell id="In8fDh9ZLN2M87an2Miy-125" edge="1" parent="1" source="In8fDh9ZLN2M87an2Miy-121" style="edgeStyle=orthogonalEdgeStyle;rounded=0;orthogonalLoop=1;jettySize=auto;html=1;entryX=0.5;entryY=0;entryDx=0;entryDy=0;" target="In8fDh9ZLN2M87an2Miy-69">
          <mxGeometry relative="1" as="geometry" />
        </mxCell>
        <mxCell id="In8fDh9ZLN2M87an2Miy-121" parent="1" style="rhombus;whiteSpace=wrap;html=1;" value="processed_at &lt;br&gt;is not null" vertex="1">
          <mxGeometry height="115" width="110" x="4249.5" y="1375" as="geometry" />
        </mxCell>
        <mxCell id="In8fDh9ZLN2M87an2Miy-123" parent="1" style="whiteSpace=wrap;html=1;" value="skip processing" vertex="1">
          <mxGeometry height="60" width="120" x="4434.5" y="1402.5" as="geometry" />
        </mxCell>
        <mxCell id="In8fDh9ZLN2M87an2Miy-129" edge="1" parent="1" source="In8fDh9ZLN2M87an2Miy-126" style="edgeStyle=orthogonalEdgeStyle;rounded=0;orthogonalLoop=1;jettySize=auto;html=1;" target="In8fDh9ZLN2M87an2Miy-128" value="">
          <mxGeometry relative="1" as="geometry" />
        </mxCell>
        <mxCell id="In8fDh9ZLN2M87an2Miy-126" parent="1" style="whiteSpace=wrap;html=1;" value="loan was not issued fully" vertex="1">
          <mxGeometry height="60" width="120" x="4242.625" y="2462.5" as="geometry" />
        </mxCell>
        <mxCell id="In8fDh9ZLN2M87an2Miy-128" parent="1" style="whiteSpace=wrap;html=1;" value="status = review?" vertex="1">
          <mxGeometry height="60" width="120" x="4242.625" y="2602.5" as="geometry" />
        </mxCell>
        <mxCell id="In8fDh9ZLN2M87an2Miy-130" parent="1" style="rounded=0;whiteSpace=wrap;html=1;fontSize=21;" value="WHERE TO TRIGGER CGW???" vertex="1">
          <mxGeometry height="290" width="450.63" x="5285.74" y="2290" as="geometry" />
        </mxCell>
        <mxCell id="In8fDh9ZLN2M87an2Miy-133" edge="1" parent="1" source="In8fDh9ZLN2M87an2Miy-131" style="edgeStyle=orthogonalEdgeStyle;rounded=0;orthogonalLoop=1;jettySize=auto;html=1;" target="In8fDh9ZLN2M87an2Miy-88" value="">
          <mxGeometry relative="1" as="geometry" />
        </mxCell>
        <mxCell id="In8fDh9ZLN2M87an2Miy-131" parent="1" style="whiteSpace=wrap;html=1;" value="processed_at = now" vertex="1">
          <mxGeometry height="60" width="120" x="5616.37" y="1942.5" as="geometry" />
        </mxCell>
        <mxCell id="In8fDh9ZLN2M87an2Miy-141" edge="1" parent="1" source="In8fDh9ZLN2M87an2Miy-134" style="edgeStyle=orthogonalEdgeStyle;rounded=0;orthogonalLoop=1;jettySize=auto;html=1;entryX=0;entryY=0.5;entryDx=0;entryDy=0;" target="In8fDh9ZLN2M87an2Miy-139">
          <mxGeometry relative="1" as="geometry" />
        </mxCell>
        <mxCell id="In8fDh9ZLN2M87an2Miy-145" edge="1" parent="1" source="In8fDh9ZLN2M87an2Miy-134" style="edgeStyle=orthogonalEdgeStyle;rounded=0;orthogonalLoop=1;jettySize=auto;html=1;" target="In8fDh9ZLN2M87an2Miy-144" value="">
          <mxGeometry relative="1" as="geometry" />
        </mxCell>
        <mxCell id="In8fDh9ZLN2M87an2Miy-134" parent="1" style="rhombus;whiteSpace=wrap;html=1;" value="casa -&amp;gt; domestic (CGW)&lt;br&gt;exists?" vertex="1">
          <mxGeometry height="180" width="190" x="4449.5" y="2190" as="geometry" />
        </mxCell>
        <mxCell id="In8fDh9ZLN2M87an2Miy-142" edge="1" parent="1" source="In8fDh9ZLN2M87an2Miy-139" style="edgeStyle=orthogonalEdgeStyle;rounded=0;orthogonalLoop=1;jettySize=auto;html=1;entryX=0;entryY=0.5;entryDx=0;entryDy=0;" target="In8fDh9ZLN2M87an2Miy-113">
          <mxGeometry relative="1" as="geometry" />
        </mxCell>
        <mxCell id="In8fDh9ZLN2M87an2Miy-139" parent="1" style="rhombus;whiteSpace=wrap;html=1;" value="casa -&amp;gt; domestic amount = loan_amount" vertex="1">
          <mxGeometry height="180" width="172.5" x="4699.5" y="2190" as="geometry" />
        </mxCell>
        <mxCell id="In8fDh9ZLN2M87an2Miy-147" edge="1" parent="1" source="In8fDh9ZLN2M87an2Miy-144" style="edgeStyle=orthogonalEdgeStyle;rounded=0;orthogonalLoop=1;jettySize=auto;html=1;" target="In8fDh9ZLN2M87an2Miy-146" value="">
          <mxGeometry relative="1" as="geometry" />
        </mxCell>
        <mxCell id="In8fDh9ZLN2M87an2Miy-144" parent="1" style="whiteSpace=wrap;html=1;" value="Trigger CGW" vertex="1">
          <mxGeometry height="60" width="120" x="4484.5" y="2482.5" as="geometry" />
        </mxCell>
        <mxCell id="In8fDh9ZLN2M87an2Miy-148" edge="1" parent="1" source="In8fDh9ZLN2M87an2Miy-146" style="edgeStyle=orthogonalEdgeStyle;rounded=0;orthogonalLoop=1;jettySize=auto;html=1;entryX=0.5;entryY=1;entryDx=0;entryDy=0;" target="In8fDh9ZLN2M87an2Miy-113">
          <mxGeometry relative="1" as="geometry" />
        </mxCell>
        <mxCell id="In8fDh9ZLN2M87an2Miy-150" edge="1" parent="1" source="In8fDh9ZLN2M87an2Miy-146" style="edgeStyle=orthogonalEdgeStyle;rounded=0;orthogonalLoop=1;jettySize=auto;html=1;" target="In8fDh9ZLN2M87an2Miy-149" value="">
          <mxGeometry relative="1" as="geometry" />
        </mxCell>
        <mxCell id="In8fDh9ZLN2M87an2Miy-146" parent="1" style="rhombus;whiteSpace=wrap;html=1;" value="200" vertex="1">
          <mxGeometry height="80" width="80" x="4704.5" y="2472.5" as="geometry" />
        </mxCell>
        <mxCell id="In8fDh9ZLN2M87an2Miy-149" parent="1" style="whiteSpace=wrap;html=1;" value="next_retry_at = now + 5min" vertex="1">
          <mxGeometry height="60" width="155" x="4667" y="2622.5" as="geometry" />
        </mxCell>
        <mxCell id="In8fDh9ZLN2M87an2Miy-154" edge="1" parent="1" source="In8fDh9ZLN2M87an2Miy-152" style="edgeStyle=orthogonalEdgeStyle;rounded=0;orthogonalLoop=1;jettySize=auto;html=1;entryX=0;entryY=0.5;entryDx=0;entryDy=0;" target="In8fDh9ZLN2M87an2Miy-153">
          <mxGeometry relative="1" as="geometry" />
        </mxCell>
        <mxCell id="In8fDh9ZLN2M87an2Miy-176" edge="1" parent="1" source="In8fDh9ZLN2M87an2Miy-152" style="edgeStyle=orthogonalEdgeStyle;rounded=0;orthogonalLoop=1;jettySize=auto;html=1;" target="In8fDh9ZLN2M87an2Miy-175" value="">
          <mxGeometry relative="1" as="geometry" />
        </mxCell>
        <mxCell id="In8fDh9ZLN2M87an2Miy-152" parent="1" style="rhombus;whiteSpace=wrap;html=1;" value="Polaris&lt;br&gt;/loan/&lt;span style=&quot;color: rgb(33, 33, 33); font-family: Inter, system-ui, -apple-system, &amp;quot;system-ui&amp;quot;, &amp;quot;Segoe UI&amp;quot;, Roboto, Oxygen, Ubuntu, Cantarell, &amp;quot;Fira Sans&amp;quot;, &amp;quot;Droid Sans&amp;quot;, Helvetica, Arial, sans-serif; text-align: left; white-space: pre-wrap; background-color: rgb(255, 255, 255);&quot;&gt;getAccountDetail&lt;/span&gt;&lt;br&gt;loan_application.amount &amp;lt;= polaris.available_amount" vertex="1">
          <mxGeometry height="190" width="230" x="1802.5" y="1060" as="geometry" />
        </mxCell>
        <mxCell id="In8fDh9ZLN2M87an2Miy-158" edge="1" parent="1" source="In8fDh9ZLN2M87an2Miy-153" style="edgeStyle=orthogonalEdgeStyle;rounded=0;orthogonalLoop=1;jettySize=auto;html=1;entryX=0;entryY=0.5;entryDx=0;entryDy=0;" target="In8fDh9ZLN2M87an2Miy-157">
          <mxGeometry relative="1" as="geometry" />
        </mxCell>
        <mxCell id="In8fDh9ZLN2M87an2Miy-153" parent="1" style="whiteSpace=wrap;html=1;" value="Polaris /loan/&lt;span style=&quot;color: rgb(33, 33, 33); font-family: Inter, system-ui, -apple-system, &amp;quot;system-ui&amp;quot;, &amp;quot;Segoe UI&amp;quot;, Roboto, Oxygen, Ubuntu, Cantarell, &amp;quot;Fira Sans&amp;quot;, &amp;quot;Droid Sans&amp;quot;, Helvetica, Arial, sans-serif; text-align: left; white-space: pre-wrap; background-color: rgb(255, 255, 255);&quot;&gt;grantLoanNonCash&lt;br/&gt;+ CGW trigger&lt;/span&gt;" vertex="1">
          <mxGeometry height="60" width="170" x="2120" y="1125" as="geometry" />
        </mxCell>
        <mxCell id="In8fDh9ZLN2M87an2Miy-177" edge="1" parent="1" source="In8fDh9ZLN2M87an2Miy-157" style="edgeStyle=orthogonalEdgeStyle;rounded=0;orthogonalLoop=1;jettySize=auto;html=1;entryX=0;entryY=0.5;entryDx=0;entryDy=0;" target="In8fDh9ZLN2M87an2Miy-105">
          <mxGeometry relative="1" as="geometry">
            <Array as="points">
              <mxPoint x="2400" y="1427" />
            </Array>
            <mxPoint x="2809.5" y="1427.5" as="targetPoint" />
          </mxGeometry>
        </mxCell>
        <mxCell id="In8fDh9ZLN2M87an2Miy-157" parent="1" style="rhombus;whiteSpace=wrap;html=1;" value="200" vertex="1">
          <mxGeometry height="80" width="80" x="2360" y="1115" as="geometry" />
        </mxCell>
        <mxCell id="In8fDh9ZLN2M87an2Miy-164" edge="1" parent="1" source="In8fDh9ZLN2M87an2Miy-161" style="edgeStyle=orthogonalEdgeStyle;rounded=0;orthogonalLoop=1;jettySize=auto;html=1;" target="In8fDh9ZLN2M87an2Miy-162" value="">
          <mxGeometry relative="1" as="geometry" />
        </mxCell>
        <mxCell id="In8fDh9ZLN2M87an2Miy-161" parent="1" style="rounded=0;whiteSpace=wrap;html=1;" value="loan account row lock" vertex="1">
          <mxGeometry height="60" width="145" x="895" y="1125" as="geometry" />
        </mxCell>
        <mxCell id="In8fDh9ZLN2M87an2Miy-165" edge="1" parent="1" source="In8fDh9ZLN2M87an2Miy-162" style="edgeStyle=orthogonalEdgeStyle;rounded=0;orthogonalLoop=1;jettySize=auto;html=1;" target="In8fDh9ZLN2M87an2Miy-12">
          <mxGeometry relative="1" as="geometry" />
        </mxCell>
        <mxCell id="In8fDh9ZLN2M87an2Miy-162" parent="1" style="rounded=0;whiteSpace=wrap;html=1;" value="&lt;span style=&quot;font-weight: 700; text-align: left;&quot;&gt;ROWLOCK - loan_limits.held_amount += amount&lt;/span&gt;" vertex="1">
          <mxGeometry height="60" width="215" x="1120" y="1125" as="geometry" />
        </mxCell>
        <mxCell id="In8fDh9ZLN2M87an2Miy-184" edge="1" parent="1" source="In8fDh9ZLN2M87an2Miy-166" style="edgeStyle=orthogonalEdgeStyle;rounded=0;orthogonalLoop=1;jettySize=auto;html=1;" target="In8fDh9ZLN2M87an2Miy-183" value="">
          <mxGeometry relative="1" as="geometry" />
        </mxCell>
        <mxCell id="In8fDh9ZLN2M87an2Miy-166" parent="1" style="swimlane;fontStyle=0;childLayout=stackLayout;horizontal=1;startSize=30;horizontalStack=0;resizeParent=1;resizeParentMax=0;resizeLast=0;collapsible=1;marginBottom=0;whiteSpace=wrap;html=1;" value="Loan issued" vertex="1">
          <mxGeometry height="120" width="210" x="2590" y="1130" as="geometry" />
        </mxCell>
        <mxCell id="In8fDh9ZLN2M87an2Miy-167" parent="In8fDh9ZLN2M87an2Miy-166" style="text;strokeColor=none;fillColor=none;align=left;verticalAlign=middle;spacingLeft=4;spacingRight=4;overflow=hidden;points=[[0,0.5],[1,0.5]];portConstraint=eastwest;rotatable=0;whiteSpace=wrap;html=1;" value="loan_application = approved" vertex="1">
          <mxGeometry height="30" width="210" y="30" as="geometry" />
        </mxCell>
        <mxCell id="In8fDh9ZLN2M87an2Miy-168" parent="In8fDh9ZLN2M87an2Miy-166" style="text;strokeColor=none;fillColor=none;align=left;verticalAlign=middle;spacingLeft=4;spacingRight=4;overflow=hidden;points=[[0,0.5],[1,0.5]];portConstraint=eastwest;rotatable=0;whiteSpace=wrap;html=1;" value="create loan" vertex="1">
          <mxGeometry height="30" width="210" y="60" as="geometry" />
        </mxCell>
        <mxCell id="In8fDh9ZLN2M87an2Miy-169" parent="In8fDh9ZLN2M87an2Miy-166" style="text;strokeColor=none;fillColor=none;align=left;verticalAlign=middle;spacingLeft=4;spacingRight=4;overflow=hidden;points=[[0,0.5],[1,0.5]];portConstraint=eastwest;rotatable=0;whiteSpace=wrap;html=1;" value="release lock" vertex="1">
          <mxGeometry height="30" width="210" y="90" as="geometry" />
        </mxCell>
        <mxCell id="In8fDh9ZLN2M87an2Miy-170" edge="1" parent="1" source="In8fDh9ZLN2M87an2Miy-157" style="edgeStyle=orthogonalEdgeStyle;rounded=0;orthogonalLoop=1;jettySize=auto;html=1;entryX=0.003;entryY=0.156;entryDx=0;entryDy=0;entryPerimeter=0;" target="In8fDh9ZLN2M87an2Miy-166">
          <mxGeometry relative="1" as="geometry" />
        </mxCell>
        <mxCell id="In8fDh9ZLN2M87an2Miy-174" parent="1" style="text;html=1;whiteSpace=wrap;strokeColor=none;fillColor=none;align=center;verticalAlign=middle;rounded=0;" value="&lt;div style=&quot;background-color:#ffffff;color:#080808&quot;&gt;&lt;pre style=&quot;font-family:&#39;JetBrains Mono&#39;,monospace;font-size:9.8pt;&quot;&gt;&lt;span style=&quot;color:#9e880d;&quot;&gt;@Transactional&lt;/span&gt;(propagation = &lt;span style=&quot;color:#000000;&quot;&gt;Propagation&lt;/span&gt;.&lt;span style=&quot;color:#871094;font-style:italic;&quot;&gt;REQUIRES_NEW&lt;/span&gt;)&lt;/pre&gt;&lt;/div&gt;" vertex="1">
          <mxGeometry height="30" width="240" x="1200" y="1010" as="geometry" />
        </mxCell>
        <mxCell id="In8fDh9ZLN2M87an2Miy-175" parent="1" style="whiteSpace=wrap;html=1;" value="Rollback, return error" vertex="1">
          <mxGeometry height="60" width="132.5" x="1851.25" y="1295" as="geometry" />
        </mxCell>
        <mxCell id="In8fDh9ZLN2M87an2Miy-186" edge="1" parent="1" source="In8fDh9ZLN2M87an2Miy-183" style="edgeStyle=orthogonalEdgeStyle;rounded=0;orthogonalLoop=1;jettySize=auto;html=1;" target="In8fDh9ZLN2M87an2Miy-185" value="">
          <mxGeometry relative="1" as="geometry" />
        </mxCell>
        <mxCell id="In8fDh9ZLN2M87an2Miy-187" edge="1" parent="1" source="In8fDh9ZLN2M87an2Miy-183" style="edgeStyle=orthogonalEdgeStyle;rounded=0;orthogonalLoop=1;jettySize=auto;html=1;" target="In8fDh9ZLN2M87an2Miy-105">
          <mxGeometry relative="1" as="geometry">
            <Array as="points">
              <mxPoint x="2995" y="1427" />
            </Array>
          </mxGeometry>
        </mxCell>
        <mxCell id="In8fDh9ZLN2M87an2Miy-183" parent="1" style="rhombus;whiteSpace=wrap;html=1;fontStyle=0;startSize=30;horizontal=1;" value="db transaction success?" vertex="1">
          <mxGeometry height="135" width="130" x="2930" y="1122.5" as="geometry" />
        </mxCell>
        <mxCell id="In8fDh9ZLN2M87an2Miy-185" parent="1" style="whiteSpace=wrap;html=1;fontStyle=0;startSize=30;horizontal=1;" value="return success to client" vertex="1">
          <mxGeometry height="60" width="120" x="3145" y="1160" as="geometry" />
        </mxCell>
        <mxCell id="In8fDh9ZLN2M87an2Miy-189" parent="1" style="text;html=1;whiteSpace=wrap;strokeColor=none;fillColor=none;align=center;verticalAlign=middle;rounded=0;fontSize=26;" value="&lt;div style=&quot;background-color:#ffffff;color:#080808&quot;&gt;&lt;pre style=&quot;font-family: &amp;quot;JetBrains Mono&amp;quot;, monospace;&quot;&gt;&lt;span style=&quot;color:#9e880d;&quot;&gt;@Transactional&lt;/span&gt;(propagation = &lt;span style=&quot;color:#000000;&quot;&gt;Propagation&lt;/span&gt;.&lt;span style=&quot;color:#871094;font-style:italic;&quot;&gt;REQUIRES_NEW&lt;/span&gt;)&lt;/pre&gt;&lt;/div&gt;" vertex="1">
          <mxGeometry height="30" width="240" x="4918.87" y="1265" as="geometry" />
        </mxCell>
      </root>
    </mxGraphModel>
  </diagram>
</mxfile>
